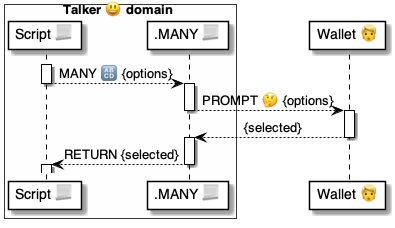
Above: 4 ⚙️ Solution/37 Scripts 📃/📃 Prompts 🤔/🤔 Input ✏️ prompts/MANY 🔠/🔠 MANY ⚙️ uml.png in pollyweb-org/pollyweb-docs (PlantUML), before the change. Its source is kept beside it as 4 ⚙️ Solution/37 Scripts 📃/📃 Prompts 🤔/🤔 Input ✏️ prompts/MANY 🔠/🔠 MANY ⚙️ uml.puml. Source of this version:
```plantuml
@startuml SHARE

box Talker 😃 domain #FFFFFA
    participant "Script 📃" as script
    participant ".MANY 📃" as many
end box

participant "Wallet 👱" as wallet

activate script
    script --> many: MANY 🔠 {options}
deactivate script

activate many
    many --> wallet: PROMPT 🤔 {options}
deactivate many

activate wallet
    wallet --> many: {selected}
deactivate wallet

activate many
    many --> script: RETURN {selected}
deactivate many

activate script
deactivate script

@enduml
```
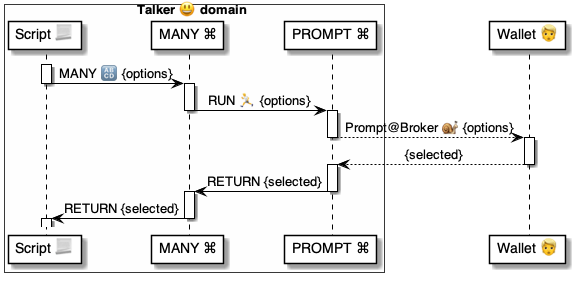
Later version of the same file.

What changed in the source:
```diff
@@ -2,25 +2,34 @@
 
 box Talker 😃 domain #FFFFFA
     participant "Script 📃" as script
-    participant ".MANY 📃" as many
+    participant "MANY ⌘" as many
+    participant "PROMPT ⌘" as prompt
 end box
 
 participant "Wallet 👱" as wallet
 
 activate script
-    script --> many: MANY 🔠 {options}
+    script -> many: MANY 🔠 {options}
 deactivate script
 
 activate many
-    many --> wallet: PROMPT 🤔 {options}
+    many -> prompt: RUN 🏃 {options}
 deactivate many
 
+activate prompt
+    prompt --> wallet: Prompt@Broker 🐌 {options}
+deactivate prompt
+
 activate wallet
-    wallet --> many: {selected}
+    wallet --> prompt: {selected}
 deactivate wallet
 
+activate prompt
+    prompt -> many: RETURN {selected}
+deactivate prompt
+
 activate many
-    many --> script: RETURN {selected}
+    many -> script: RETURN {selected}
 deactivate many
 
 activate script
```
